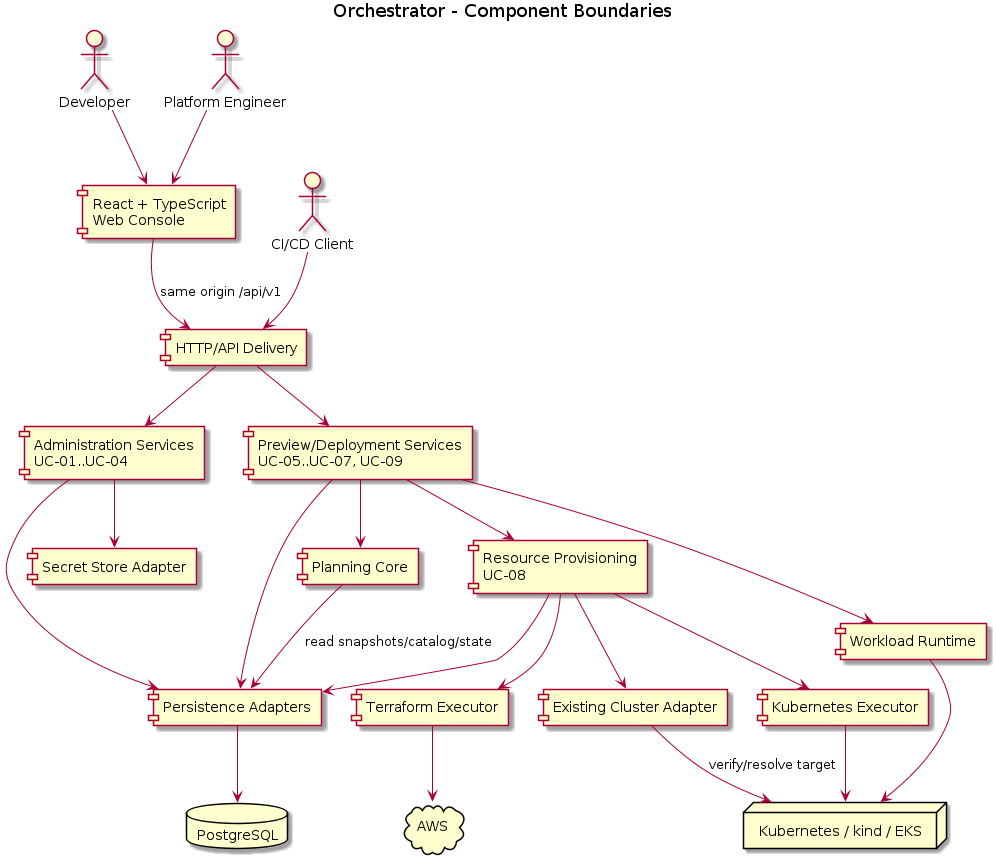
This is orchestrator_docs/architecture/components/component-diagram.png from pr3s3nt/poc, a PlantUML export, as it was before one commit. Its source is kept beside it as orchestrator_docs/architecture/components/component-diagram.puml.
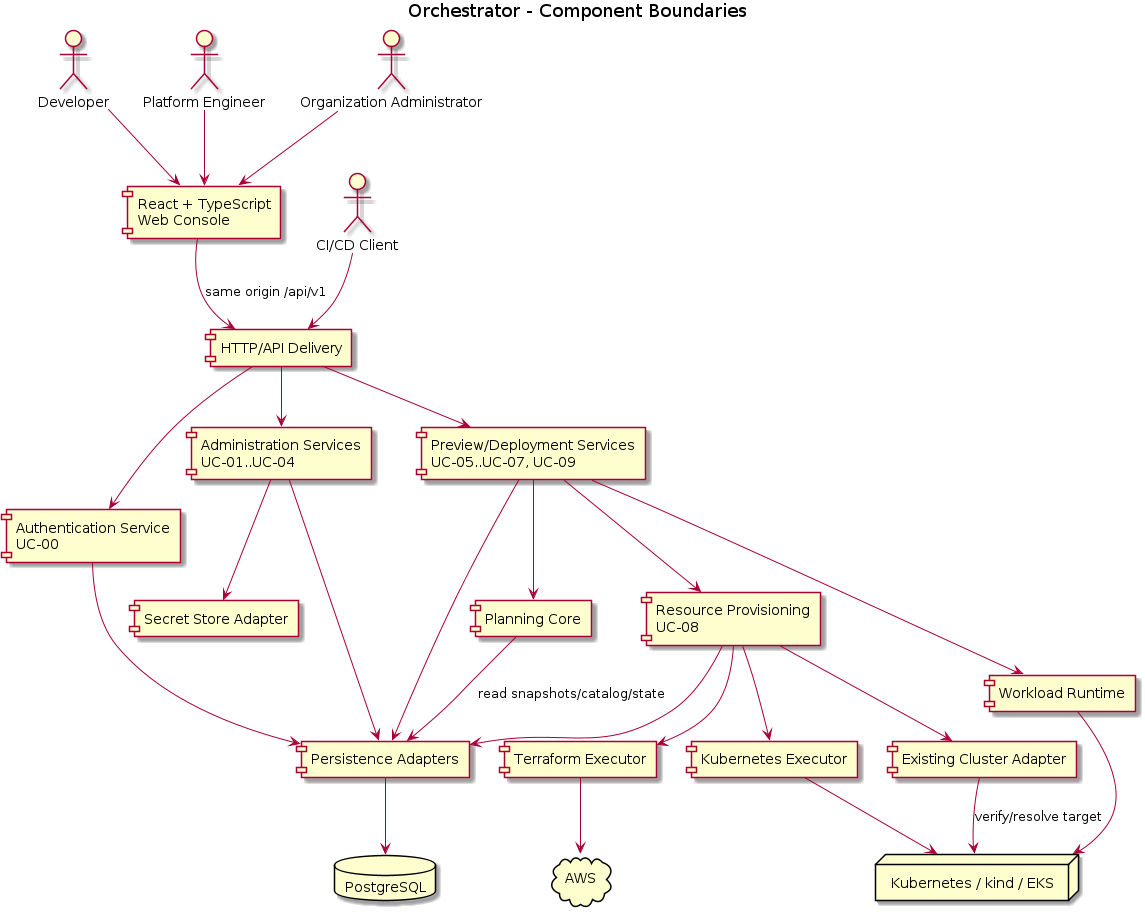
Above is the later version.

The edit, as a diff of the source:
```diff
@@ -4,10 +4,12 @@
 
 actor Developer
 actor "Platform Engineer" as Platform
+actor "Organization Administrator" as OrgAdmin
 actor "CI/CD Client" as CICD
 
 component "React + TypeScript\nWeb Console" as WebConsole
 component "HTTP/API Delivery" as API
+component "Authentication Service\nUC-00" as Authentication
 component "Administration Services\nUC-01..UC-04" as Admin
 component "Preview/Deployment Services\nUC-05..UC-07, UC-09" as Deploy
 component "Planning Core" as Planner
@@ -24,9 +26,12 @@
 
 Developer --> WebConsole
 Platform --> WebConsole
+OrgAdmin --> WebConsole
 WebConsole --> API : same origin /api/v1
 CICD --> API
+API --> Authentication
 API --> Admin
+Authentication --> Persistence
 API --> Deploy
 Admin --> Persistence
 Admin --> Secrets
```
